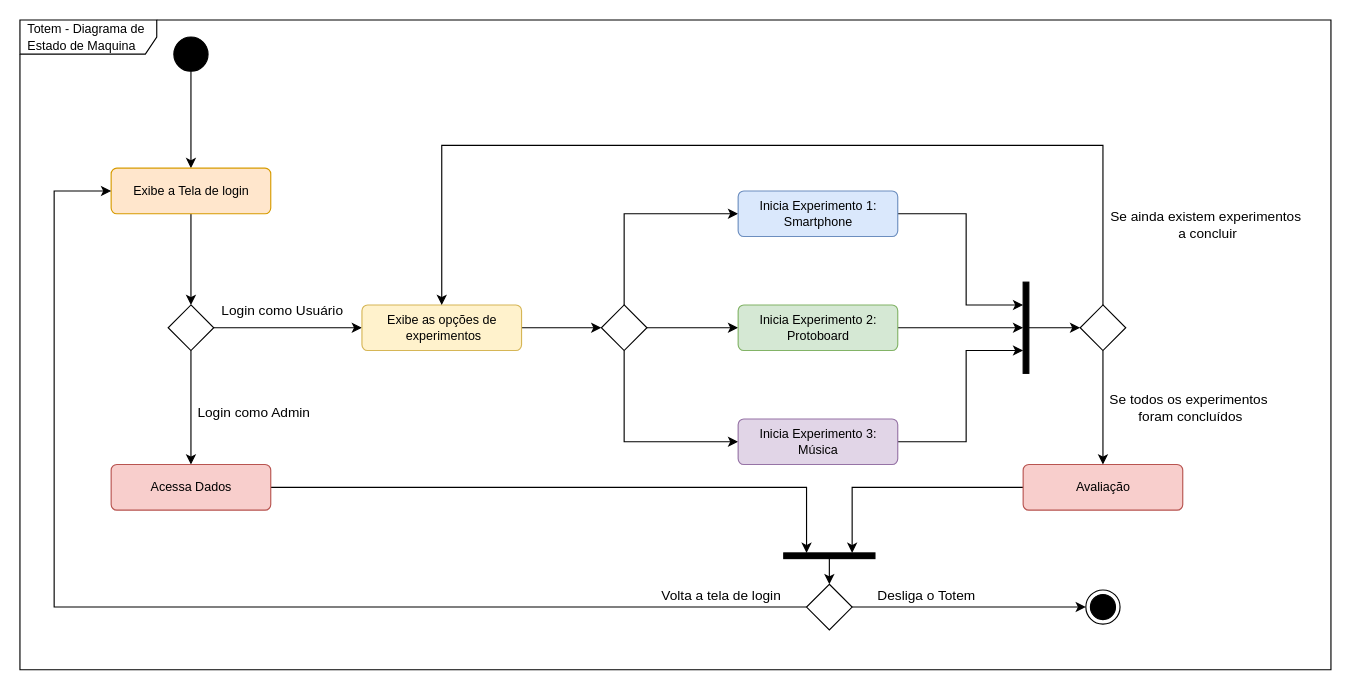
Earlier version of the draw.io diagram DiagramaDeEstadoDeMaquina.drawio (Osidious/PI1-2022-2). Source tidied: cells renumbered, new cells numbered last; positions are measured from the earlier drawing's top-left corner, leaving out a move shared by most shapes. Both pictures are drawn from the tidied source at 114%, with x=0, y=0 at pixel (19, 19).
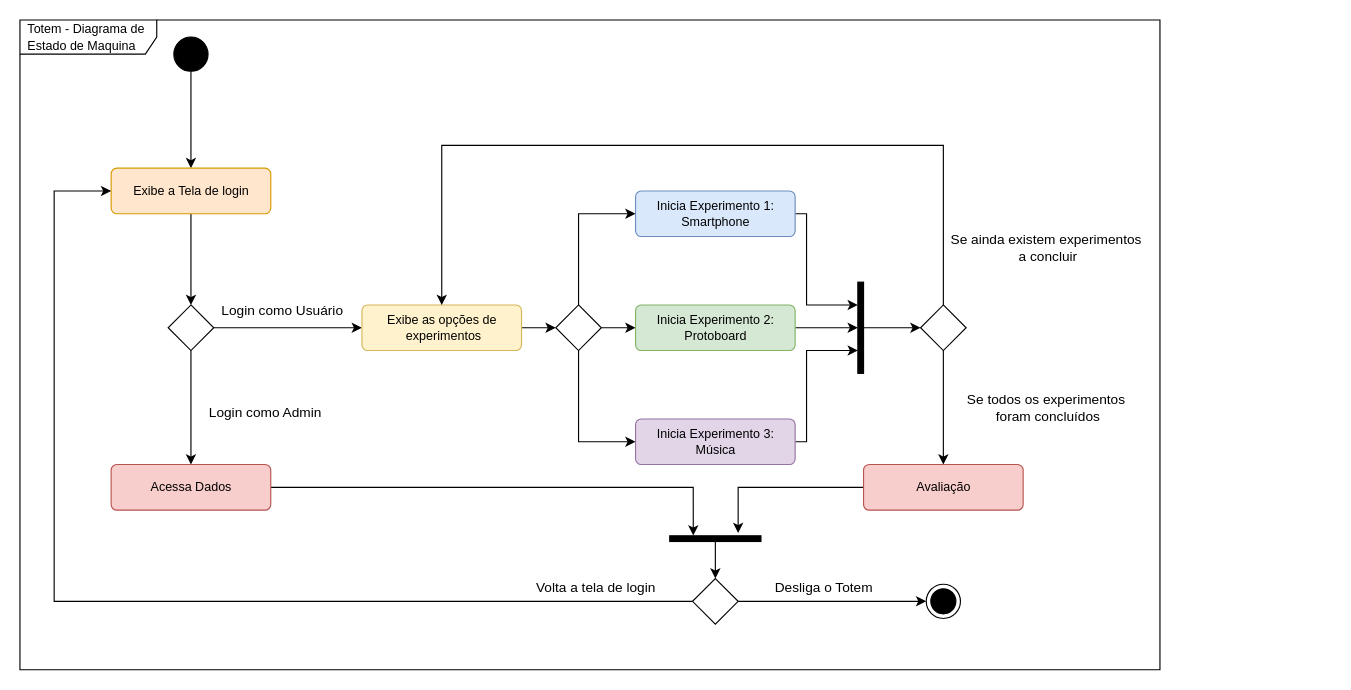
The same diagram, later.

Unchanged cells that the change refers to:
```xml
<mxCell id="9" value="Exibe a Tela de login" style="html=1;align=center;verticalAlign=middle;rounded=1;absoluteArcSize=1;arcSize=10;dashed=0;fontSize=11;fillColor=#ffe6cc;strokeColor=#d79b00;" parent="1" vertex="1">
  <mxGeometry x="80" y="130" width="140" height="40" as="geometry" />
</mxCell>
<mxCell id="11" value="Acessa Dados" style="html=1;align=center;verticalAlign=middle;rounded=1;absoluteArcSize=1;arcSize=10;dashed=0;fontSize=11;fillColor=#f8cecc;strokeColor=#b85450;" parent="1" vertex="1">
  <mxGeometry x="80" y="390" width="140" height="40" as="geometry" />
</mxCell>
```

What changed in the source:
```diff
@@
     <mxCell id="2" value="&lt;font style=&quot;font-size: 11px;&quot;&gt;Totem - Diagrama de Estado de Maquina&lt;br&gt;&lt;/font&gt;" style="shape=umlFrame;whiteSpace=wrap;html=1;width=120;height=30;boundedLbl=1;verticalAlign=middle;align=left;spacingLeft=5;" parent="1" vertex="1">
-      <mxGeometry width="1150" height="570" as="geometry" />
+      <mxGeometry width="1000" height="570" as="geometry" />
     </mxCell>
@@
-    <mxCell id="10" style="edgeStyle=elbowEdgeStyle;rounded=0;jettySize=auto;html=1;fontSize=12;" parent="1" edge="1" source="11" target="40">
+    <mxCell id="10" style="edgeStyle=orthogonalEdgeStyle;rounded=0;jettySize=auto;html=1;entryX=-0.056;entryY=0.742;entryDx=0;entryDy=0;entryPerimeter=0;" parent="1" edge="1" source="11" target="40">
       <mxGeometry relative="1" as="geometry">
         <Array as="points">
-          <mxPoint x="690" y="440" />
-          <mxPoint x="710" y="450" />
+          <mxPoint x="591" y="410" />
         </Array>
       </mxGeometry>
     </mxCell>
@@
     <mxCell id="12" value="Login como Admin" style="text;html=1;align=center;verticalAlign=middle;strokeColor=none;fillColor=none;fontSize=12;" parent="1" vertex="1">
-      <mxGeometry x="140" y="330" width="130" height="30" as="geometry" />
+      <mxGeometry x="150" y="330" width="130" height="30" as="geometry" />
     </mxCell>
@@
     <mxCell id="16" style="edgeStyle=orthogonalEdgeStyle;rounded=0;jettySize=auto;html=1;fontSize=12;" parent="1" edge="1" source="19" target="21">
       <mxGeometry relative="1" as="geometry">
         <Array as="points">
-          <mxPoint x="530" y="170" />
+          <mxPoint x="490" y="170" />
         </Array>
       </mxGeometry>
     </mxCell>
@@
     <mxCell id="18" style="edgeStyle=orthogonalEdgeStyle;rounded=0;jettySize=auto;html=1;fontSize=12;" parent="1" edge="1" source="19" target="25">
       <mxGeometry relative="1" as="geometry">
         <Array as="points">
-          <mxPoint x="530" y="370" />
+          <mxPoint x="490" y="370" />
         </Array>
       </mxGeometry>
     </mxCell>
     <mxCell id="19" style="rhombus;" parent="1" vertex="1">
-      <mxGeometry x="510" y="250" width="40" height="40" as="geometry" />
+      <mxGeometry x="470" y="250" width="40" height="40" as="geometry" />
     </mxCell>
     <mxCell id="20" style="edgeStyle=orthogonalEdgeStyle;rounded=0;jettySize=auto;html=1;fontSize=12;" parent="1" edge="1" source="21" target="42">
       <mxGeometry relative="1" as="geometry">
         <Array as="points">
-          <mxPoint x="830" y="170" />
-          <mxPoint x="830" y="250" />
+          <mxPoint x="690" y="170" />
+          <mxPoint x="690" y="250" />
         </Array>
       </mxGeometry>
     </mxCell>
     <mxCell id="21" value="&lt;div&gt;Inicia Experimento 1:&lt;/div&gt;&lt;div&gt;Smartphone&lt;/div&gt;" style="html=1;align=center;verticalAlign=middle;rounded=1;absoluteArcSize=1;arcSize=10;dashed=0;fontSize=11;fillColor=#dae8fc;strokeColor=#6c8ebf;" parent="1" vertex="1">
-      <mxGeometry x="630" y="150" width="140" height="40" as="geometry" />
+      <mxGeometry x="540" y="150" width="140" height="40" as="geometry" />
     </mxCell>
-    <mxCell id="22" style="edgeStyle=elbowEdgeStyle;rounded=0;jettySize=auto;html=1;fontSize=12;elbow=vertical;" parent="1" edge="1" source="23" target="42">
-      <mxGeometry relative="1" as="geometry">
-        <Array as="points">
-          <mxPoint x="860" y="270" />
-        </Array>
-      </mxGeometry>
+    <mxCell id="22" style="edgeStyle=orthogonalEdgeStyle;rounded=0;jettySize=auto;html=1;" parent="1" edge="1" source="23" target="42">
+      <mxGeometry relative="1" as="geometry" />
     </mxCell>
     <mxCell id="23" value="Inicia Experimento 2:&lt;div&gt;Protoboard&lt;br&gt;&lt;/div&gt;" style="html=1;align=center;verticalAlign=middle;rounded=1;absoluteArcSize=1;arcSize=10;dashed=0;fontSize=11;fillColor=#d5e8d4;strokeColor=#82b366;" parent="1" vertex="1">
-      <mxGeometry x="630" y="250" width="140" height="40" as="geometry" />
+      <mxGeometry x="540" y="250" width="140" height="40" as="geometry" />
     </mxCell>
     <mxCell id="24" style="edgeStyle=orthogonalEdgeStyle;rounded=0;jettySize=auto;html=1;fontSize=12;" parent="1" edge="1" source="25" target="42">
       <mxGeometry relative="1" as="geometry">
         <Array as="points">
-          <mxPoint x="830" y="370" />
-          <mxPoint x="830" y="290" />
+          <mxPoint x="690" y="370" />
+          <mxPoint x="690" y="290" />
         </Array>
       </mxGeometry>
     </mxCell>
     <mxCell id="25" value="Inicia Experimento 3:&lt;div&gt;Música&lt;br&gt;&lt;/div&gt;" style="html=1;align=center;verticalAlign=middle;rounded=1;absoluteArcSize=1;arcSize=10;dashed=0;fontSize=11;fillColor=#e1d5e7;strokeColor=#9673a6;" parent="1" vertex="1">
-      <mxGeometry x="630" y="350" width="140" height="40" as="geometry" />
+      <mxGeometry x="540" y="350" width="140" height="40" as="geometry" />
     </mxCell>
     <mxCell id="26" style="ellipse;html=1;shape=endState;fillColor=strokeColor;fontSize=12;" parent="1" vertex="1">
-      <mxGeometry x="935" y="500" width="30" height="30" as="geometry" />
+      <mxGeometry x="795" y="495" width="30" height="30" as="geometry" />
     </mxCell>
-    <mxCell id="27" style="edgeStyle=elbowEdgeStyle;rounded=0;jettySize=auto;html=1;fontSize=12;" parent="1" edge="1" source="28" target="40">
-      <mxGeometry relative="1" as="geometry">
-        <Array as="points">
-          <mxPoint x="730" y="440" />
-        </Array>
-      </mxGeometry>
+    <mxCell id="27" style="edgeStyle=orthogonalEdgeStyle;rounded=0;jettySize=auto;html=1;entryX=-0.5;entryY=0.25;entryDx=0;entryDy=0;entryPerimeter=0;" parent="1" edge="1" source="28" target="40">
+      <mxGeometry relative="1" as="geometry" />
     </mxCell>
     <mxCell id="28" value="Avaliação" style="html=1;align=center;verticalAlign=middle;rounded=1;absoluteArcSize=1;arcSize=10;dashed=0;fontSize=11;fillColor=#f8cecc;strokeColor=#b85450;" parent="1" vertex="1">
-      <mxGeometry x="880" y="390" width="140" height="40" as="geometry" />
+      <mxGeometry x="740" y="390" width="140" height="40" as="geometry" />
     </mxCell>
@@
     <mxCell id="31" style="rhombus;" parent="1" vertex="1">
-      <mxGeometry x="930" y="250" width="40" height="40" as="geometry" />
+      <mxGeometry x="790" y="250" width="40" height="40" as="geometry" />
     </mxCell>
     <mxCell id="32" value="&lt;div&gt;Se todos os experimentos&lt;/div&gt;&lt;div&gt;&amp;nbsp;foram concluídos&lt;/div&gt;" style="text;html=1;align=center;verticalAlign=middle;strokeColor=none;fillColor=none;fontSize=12;" parent="1" vertex="1">
-      <mxGeometry x="940" y="320" width="170" height="40" as="geometry" />
+      <mxGeometry x="815" y="320" width="170" height="40" as="geometry" />
     </mxCell>
     <mxCell id="33" value="&lt;div&gt;Se ainda existem experimentos&lt;/div&gt;&lt;div&gt;&amp;nbsp;a concluir&lt;br&gt;&lt;/div&gt;" style="text;html=1;align=center;verticalAlign=middle;strokeColor=none;fillColor=none;fontSize=12;" parent="1" vertex="1">
-      <mxGeometry x="940" y="160" width="200" height="40" as="geometry" />
+      <mxGeometry x="800" y="180" width="200" height="40" as="geometry" />
     </mxCell>
-    <mxCell id="34" style="edgeStyle=elbowEdgeStyle;rounded=0;jettySize=auto;html=1;fontSize=12;" parent="1" edge="1" source="36" target="26">
+    <mxCell id="34" style="edgeStyle=orthogonalEdgeStyle;rounded=0;jettySize=auto;html=1;" parent="1" edge="1" source="36" target="26">
       <mxGeometry relative="1" as="geometry" />
     </mxCell>
-    <mxCell id="35" style="edgeStyle=elbowEdgeStyle;rounded=0;jettySize=auto;html=1;fontSize=12;" parent="1" edge="1" source="36" target="9">
+    <mxCell id="35" style="edgeStyle=orthogonalEdgeStyle;rounded=0;jettySize=auto;html=1;" parent="1" edge="1" source="36" target="9">
       <mxGeometry relative="1" as="geometry">
         <Array as="points">
-          <mxPoint x="30" y="470" />
+          <mxPoint x="30" y="510" />
+          <mxPoint x="30" y="150" />
         </Array>
       </mxGeometry>
     </mxCell>
     <mxCell id="36" style="rhombus;" parent="1" vertex="1">
-      <mxGeometry x="690" y="495" width="40" height="40" as="geometry" />
+      <mxGeometry x="590" y="490" width="40" height="40" as="geometry" />
     </mxCell>
     <mxCell id="37" value="Desliga o Totem" style="text;html=1;align=center;verticalAlign=middle;strokeColor=none;fillColor=none;fontSize=12;" parent="1" vertex="1">
-      <mxGeometry x="740" y="490" width="110" height="30" as="geometry" />
+      <mxGeometry x="650" y="482.5" width="110" height="30" as="geometry" />
     </mxCell>
     <mxCell id="38" value="Volta a tela de login" style="text;html=1;align=center;verticalAlign=middle;strokeColor=none;fillColor=none;fontSize=12;" parent="1" vertex="1">
-      <mxGeometry x="550" y="490" width="130" height="30" as="geometry" />
+      <mxGeometry x="440" y="482.5" width="130" height="30" as="geometry" />
     </mxCell>
@@
     <mxCell id="40" style="html=1;points=[];perimeter=orthogonalPerimeter;fillColor=strokeColor;fontSize=12;rotation=90;" parent="1" vertex="1">
-      <mxGeometry x="707.5" y="430" width="5" height="80" as="geometry" />
+      <mxGeometry x="607.5" y="415" width="5" height="80" as="geometry" />
     </mxCell>
@@
     <mxCell id="42" style="html=1;points=[];perimeter=orthogonalPerimeter;fillColor=strokeColor;fontSize=12;rotation=0;" parent="1" vertex="1">
-      <mxGeometry x="880" y="230" width="5" height="80" as="geometry" />
+      <mxGeometry x="735" y="230" width="5" height="80" as="geometry" />
     </mxCell>
```
